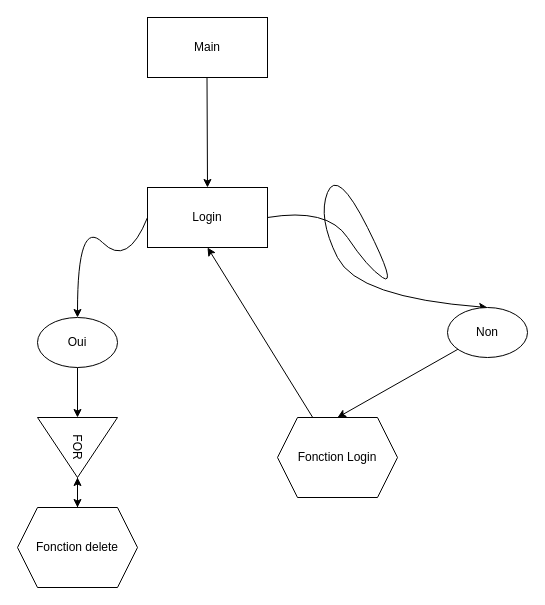
Before: architecture.drawio in FrostBreker/TweetDeleter.js, a draw.io diagram. Source tidied: cells renumbered, new cells numbered last; positions are measured from the earlier drawing's top-left corner, leaving out a move shared by most shapes. Both pictures are drawn from the tidied source at 100%, with x=0, y=0 at pixel (17, 17).
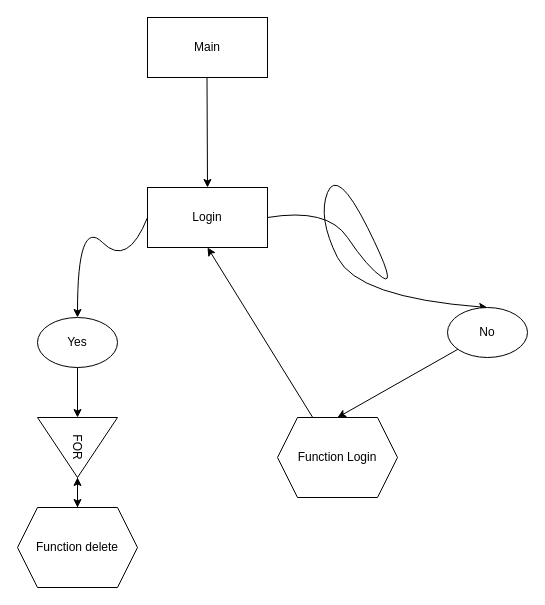
Above is the later version.

Diff of the diagram source:
```diff
@@
-    <mxCell id="7" value="Oui" style="ellipse;whiteSpace=wrap;html=1;" parent="1" vertex="1">
+    <mxCell id="7" value="Yes" style="ellipse;whiteSpace=wrap;html=1;" parent="1" vertex="1">
       <mxGeometry x="20" y="300" width="80" height="50" as="geometry" />
     </mxCell>
@@
-    <mxCell id="10" value="Non" style="ellipse;whiteSpace=wrap;html=1;" parent="1" vertex="1">
+    <mxCell id="10" value="No" style="ellipse;whiteSpace=wrap;html=1;" parent="1" vertex="1">
       <mxGeometry x="430" y="290" width="80" height="50" as="geometry" />
     </mxCell>
@@
-    <mxCell id="14" value="Fonction delete" style="shape=hexagon;perimeter=hexagonPerimeter2;whiteSpace=wrap;html=1;fixedSize=1;" parent="1" vertex="1">
+    <mxCell id="14" value="Function delete" style="shape=hexagon;perimeter=hexagonPerimeter2;whiteSpace=wrap;html=1;fixedSize=1;" parent="1" vertex="1">
       <mxGeometry y="490" width="120" height="80" as="geometry" />
     </mxCell>
@@
-    <mxCell id="16" value="Fonction Login" style="shape=hexagon;perimeter=hexagonPerimeter2;whiteSpace=wrap;html=1;fixedSize=1;" parent="1" vertex="1">
+    <mxCell id="16" value="Function Login" style="shape=hexagon;perimeter=hexagonPerimeter2;whiteSpace=wrap;html=1;fixedSize=1;" parent="1" vertex="1">
       <mxGeometry x="260" y="400" width="120" height="80" as="geometry" />
     </mxCell>
```
